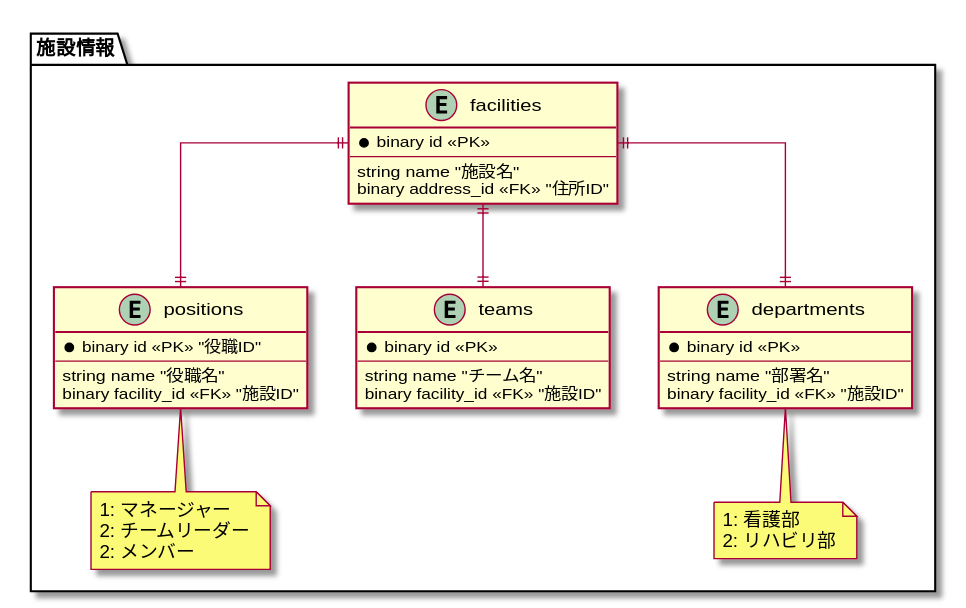
Earlier version of the PlantUML export src/diagrams-svg/ER/tables/facilities.svg (Fukuemon/buddy_design_docs).
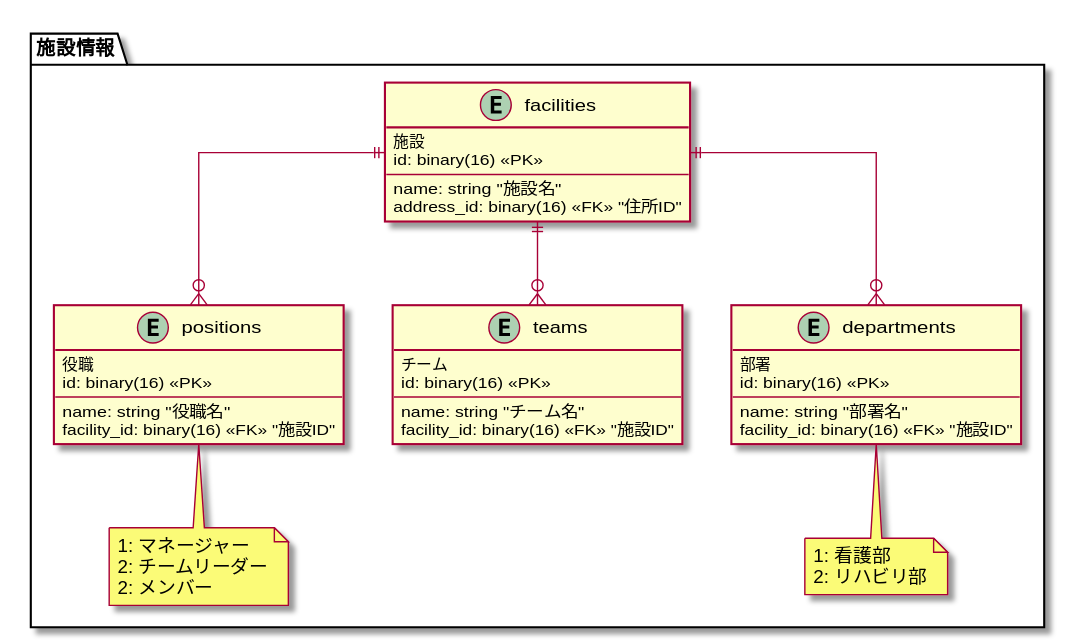
Later version of the same file.

Change to the diagram source:
```diff
@@ -2,23 +2,26 @@
 skinparam linetype ortho
 package 施設情報 {
   entity facilities {
-    * binary id <<PK>>
+    施設
+    id: binary(16) <<PK>>
     --
-    string name "施設名"
-    binary address_id <<FK>> "住所ID"
+    name: string "施設名"
+    address_id: binary(16) <<FK>> "住所ID"
   }
   entity positions {
-    * binary id <<PK>> "役職ID"
+    役職
+    id: binary(16) <<PK>>
     --
-    string name "役職名"
-    binary facility_id <<FK>> "施設ID"
+    name: string "役職名"
+    facility_id: binary(16) <<FK>> "施設ID"
   }
 
   entity teams {
-    * binary id <<PK>>
+    チーム
+    id: binary(16) <<PK>>
     --
-    string name "チーム名"
-    binary facility_id <<FK>> "施設ID"
+    name: string "チーム名"
+    facility_id: binary(16) <<FK>> "施設ID"
   }
 
   note bottom of positions
@@ -28,19 +31,20 @@
   end note
 
   entity departments {
-    * binary id <<PK>>
+    部署
+    id: binary(16) <<PK>>
     --
-    string name "部署名"
-    binary facility_id <<FK>> "施設ID"
+    name: string "部署名"
+    facility_id: binary(16) <<FK>> "施設ID"
   }
 
   note bottom of departments
     1: 看護部
     2: リハビリ部
   end note
-  facilities ||--|| positions
-  facilities ||--|| teams
-  facilities ||--|| departments
+  facilities ||--o{ positions
+  facilities ||--o{ teams
+  facilities ||--o{ departments
 }
 
 
```
